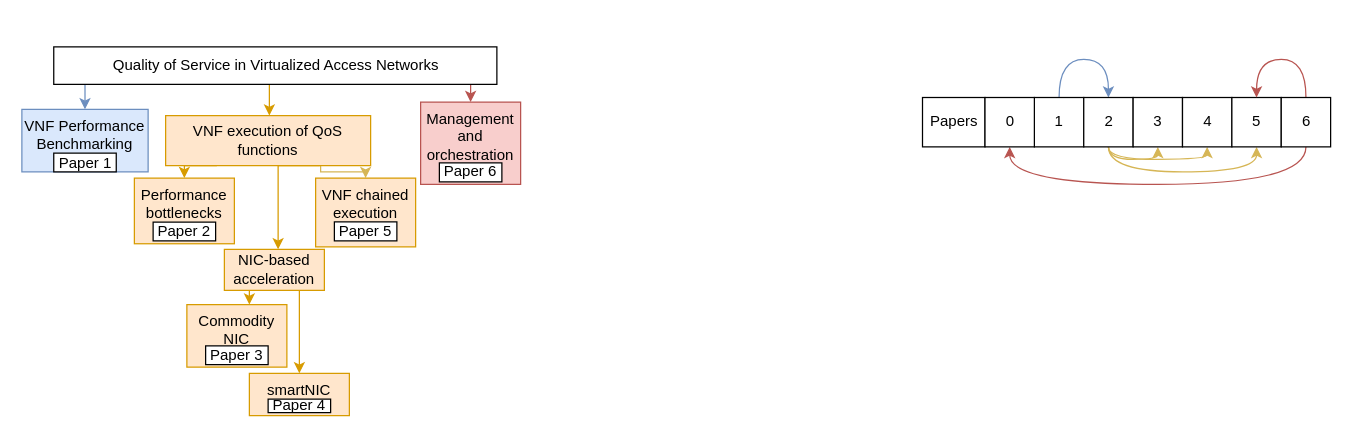
This is page "half_time" (9 of 9) of sources/phd(1).drawio from rubensfig/research_links, a draw.io file, before an edit. Source tidied: cells renumbered, new cells numbered last; positions are measured from the earlier drawing's top-left corner, leaving out a move shared by most shapes. Both pictures are drawn from the tidied source at 125%, with x=0, y=0 at pixel (21, 46).
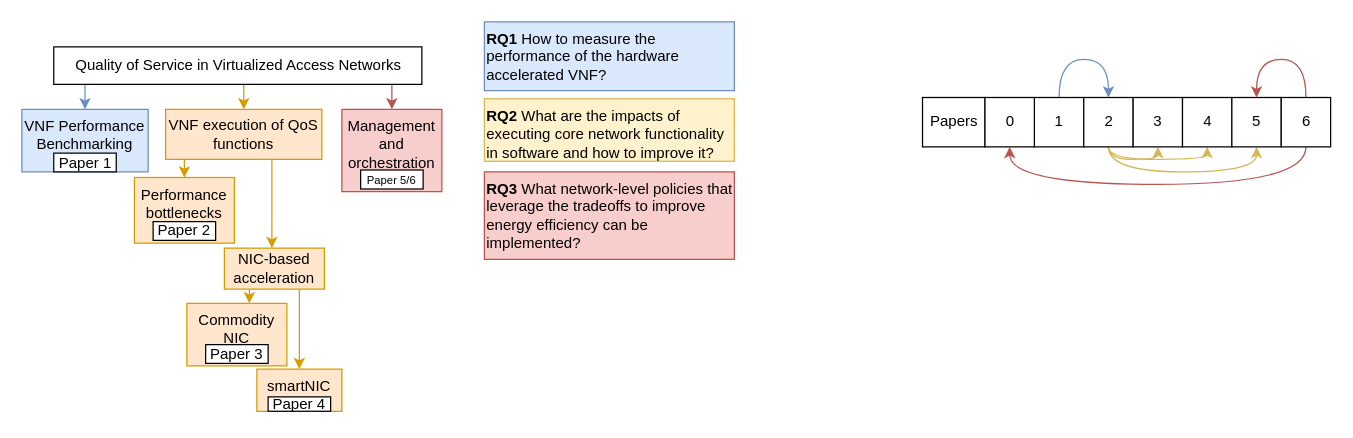
The same diagram, later.

What changed in the source:
```diff
@@
-    <mxCell id="3" style="edgeStyle=orthogonalEdgeStyle;rounded=0;jettySize=auto;html=1;exitX=0.5;exitY=1;exitDx=0;exitDy=0;fillColor=#ffe6cc;strokeColor=#d79b00;" parent="1" edge="1" source="5" target="10">
+    <mxCell id="3" style="edgeStyle=orthogonalEdgeStyle;rounded=0;jettySize=auto;html=1;exitX=0.5;exitY=1;exitDx=0;exitDy=0;fillColor=#ffe6cc;strokeColor=#d79b00;entryX=0.5;entryY=0;entryDx=0;entryDy=0;" parent="1" edge="1" source="5" target="10">
       <mxGeometry relative="1" as="geometry">
         <Array as="points">
-          <mxPoint x="198" y="30" />
+          <mxPoint x="177" y="30" />
         </Array>
       </mxGeometry>
     </mxCell>
     <mxCell id="4" style="edgeStyle=orthogonalEdgeStyle;rounded=0;jettySize=auto;html=1;exitX=0.75;exitY=1;exitDx=0;exitDy=0;entryX=0.5;entryY=0;entryDx=0;entryDy=0;fillColor=#f8cecc;strokeColor=#b85450;" parent="1" edge="1" source="5" target="23">
       <mxGeometry relative="1" as="geometry">
         <Array as="points">
-          <mxPoint x="359" y="30" />
+          <mxPoint x="296" y="30" />
         </Array>
       </mxGeometry>
     </mxCell>
     <mxCell id="5" value="Quality of Service in Virtualized Access Networks" style="rounded=0;whiteSpace=wrap;html=1;" parent="1" vertex="1">
-      <mxGeometry x="25.5" width="354.5" height="30" as="geometry" />
+      <mxGeometry x="25.5" width="294.5" height="30" as="geometry" />
     </mxCell>
@@
-    <mxCell id="7" style="edgeStyle=orthogonalEdgeStyle;rounded=0;jettySize=auto;html=1;exitX=0.25;exitY=1;exitDx=0;exitDy=0;entryX=0.5;entryY=0;entryDx=0;entryDy=0;fillColor=#ffe6cc;strokeColor=#d79b00;" parent="1" edge="1" source="10" target="11">
+    <mxCell id="7" style="edgeStyle=orthogonalEdgeStyle;rounded=0;jettySize=auto;html=1;entryX=0.5;entryY=0;entryDx=0;entryDy=0;fillColor=#ffe6cc;strokeColor=#d79b00;exitX=0.25;exitY=1;exitDx=0;exitDy=0;" parent="1" edge="1" source="10" target="11">
       <mxGeometry relative="1" as="geometry" />
     </mxCell>
     <mxCell id="8" style="edgeStyle=orthogonalEdgeStyle;rounded=0;jettySize=auto;html=1;exitX=0.75;exitY=1;exitDx=0;exitDy=0;fillColor=#ffe6cc;strokeColor=#d79b00;" parent="1" edge="1" source="10" target="14">
       <mxGeometry relative="1" as="geometry">
         <Array as="points">
-          <mxPoint x="205" y="95" />
+          <mxPoint x="200" y="90" />
         </Array>
       </mxGeometry>
     </mxCell>
-    <mxCell id="9" style="edgeStyle=orthogonalEdgeStyle;rounded=0;jettySize=auto;html=1;exitX=0.75;exitY=1;exitDx=0;exitDy=0;entryX=0.5;entryY=0;entryDx=0;entryDy=0;fillColor=#fff2cc;strokeColor=#d6b656;" parent="1" edge="1" source="10" target="21">
-      <mxGeometry relative="1" as="geometry">
-        <Array as="points">
-          <mxPoint x="239" y="100" />
-          <mxPoint x="275" y="100" />
-        </Array>
-      </mxGeometry>
-    </mxCell>
     <mxCell id="10" value="VNF execution of QoS functions " style="rounded=0;whiteSpace=wrap;html=1;fillColor=#ffe6cc;strokeColor=#d79b00;" parent="1" vertex="1">
-      <mxGeometry x="115" y="55" width="164" height="40" as="geometry" />
+      <mxGeometry x="115" y="50" width="125" height="40" as="geometry" />
     </mxCell>
     <mxCell id="11" value="Performance bottlenecks" style="rounded=0;whiteSpace=wrap;html=1;fillColor=#ffe6cc;strokeColor=#d79b00;verticalAlign=top;" parent="1" vertex="1">
-      <mxGeometry x="90" y="105" width="80" height="52.5" as="geometry" />
+      <mxGeometry x="90" y="104.5" width="80" height="52.5" as="geometry" />
     </mxCell>
     <mxCell id="12" style="edgeStyle=orthogonalEdgeStyle;rounded=0;jettySize=auto;html=1;exitX=0.25;exitY=1;exitDx=0;exitDy=0;fillColor=#ffe6cc;strokeColor=#d79b00;" parent="1" edge="1" source="14" target="15">
       <mxGeometry relative="1" as="geometry">
         <Array as="points">
-          <mxPoint x="172" y="207" />
+          <mxPoint x="172" y="206" />
         </Array>
       </mxGeometry>
     </mxCell>
@@
     <mxCell id="14" value="NIC-based acceleration" style="rounded=0;whiteSpace=wrap;html=1;fillColor=#ffe6cc;strokeColor=#d79b00;" parent="1" vertex="1">
-      <mxGeometry x="162" y="162" width="80" height="32.8" as="geometry" />
+      <mxGeometry x="162" y="161" width="80" height="32.8" as="geometry" />
     </mxCell>
     <mxCell id="15" value="Commodity NIC" style="rounded=0;whiteSpace=wrap;html=1;fillColor=#ffe6cc;strokeColor=#d79b00;verticalAlign=top;" parent="1" vertex="1">
-      <mxGeometry x="132" y="206.2" width="80" height="50" as="geometry" />
+      <mxGeometry x="132" y="205.2" width="80" height="50" as="geometry" />
     </mxCell>
     <mxCell id="16" value="smartNIC" style="rounded=0;whiteSpace=wrap;html=1;fillColor=#ffe6cc;strokeColor=#d79b00;verticalAlign=top;" parent="1" vertex="1">
-      <mxGeometry x="182" y="261.2" width="80" height="33.8" as="geometry" />
+      <mxGeometry x="188" y="257.8" width="68" height="33.8" as="geometry" />
     </mxCell>
     <mxCell id="17" value="Paper 2" style="rounded=0;whiteSpace=wrap;html=1;" parent="1" vertex="1">
-      <mxGeometry x="105" y="140.2" width="50" height="15" as="geometry" />
+      <mxGeometry x="105" y="139.8" width="50" height="15" as="geometry" />
     </mxCell>
     <mxCell id="18" value="Paper 3" style="rounded=0;whiteSpace=wrap;html=1;" parent="1" vertex="1">
-      <mxGeometry x="147" y="239.2" width="50" height="15" as="geometry" />
+      <mxGeometry x="147" y="238.2" width="50" height="15" as="geometry" />
     </mxCell>
     <mxCell id="19" value="Paper 4" style="rounded=0;whiteSpace=wrap;html=1;" parent="1" vertex="1">
-      <mxGeometry x="197" y="281.8" width="50" height="10.8" as="geometry" />
+      <mxGeometry x="197" y="280" width="50" height="11.5" as="geometry" />
     </mxCell>
@@
-    <mxCell id="21" value="VNF chained execution" style="rounded=0;whiteSpace=wrap;html=1;fillColor=#ffe6cc;strokeColor=#d79b00;verticalAlign=top;" parent="1" vertex="1">
-      <mxGeometry x="235" y="105" width="80" height="55" as="geometry" />
-    </mxCell>
-    <mxCell id="22" value="Paper 5" style="rounded=0;whiteSpace=wrap;html=1;" parent="1" vertex="1">
-      <mxGeometry x="250" y="140" width="50" height="15.2" as="geometry" />
-    </mxCell>
     <mxCell id="23" value="Management and orchestration" style="rounded=0;whiteSpace=wrap;html=1;fillColor=#f8cecc;strokeColor=#b85450;verticalAlign=top;" parent="1" vertex="1">
-      <mxGeometry x="319" y="44.2" width="80" height="65.8" as="geometry" />
+      <mxGeometry x="256" y="50" width="80" height="65.8" as="geometry" />
     </mxCell>
-    <mxCell id="24" value="Paper 6" style="rounded=0;whiteSpace=wrap;html=1;" parent="1" vertex="1">
-      <mxGeometry x="334" y="92.8" width="50" height="15.2" as="geometry" />
+    <mxCell id="24" value="&lt;font style=&quot;font-size: 9px;&quot;&gt;Paper 5/6&lt;/font&gt;" style="rounded=0;whiteSpace=wrap;html=1;" parent="1" vertex="1">
+      <mxGeometry x="271" y="98.5" width="50" height="15.2" as="geometry" />
     </mxCell>
@@
+    <mxCell id="39" value="&lt;b&gt;RQ1&lt;/b&gt; How to measure the performance of the hardware accelerated VNF?" style="rounded=0;whiteSpace=wrap;html=1;fillColor=#dae8fc;strokeColor=#6c8ebf;verticalAlign=top;align=left;" parent="1" vertex="1">
+      <mxGeometry x="370" y="-20" width="200" height="55" as="geometry" />
+    </mxCell>
+    <mxCell id="40" value="&lt;b&gt;RQ2 &lt;/b&gt;What are the impacts of executing core network functionality in software and how to improve it?" style="rounded=0;whiteSpace=wrap;html=1;fillColor=#fff2cc;strokeColor=#d6b656;verticalAlign=top;align=left;" parent="1" vertex="1">
+      <mxGeometry x="370" y="41.5" width="200" height="50" as="geometry" />
+    </mxCell>
+    <mxCell id="41" value="&lt;b&gt;RQ3 &lt;/b&gt;What network-level policies that leverage the tradeoffs to improve energy efficiency can be implemented?" style="rounded=0;whiteSpace=wrap;html=1;fillColor=#f8cecc;strokeColor=#b85450;verticalAlign=top;align=left;" parent="1" vertex="1">
+      <mxGeometry x="370" y="100" width="200" height="70" as="geometry" />
+    </mxCell>
```
